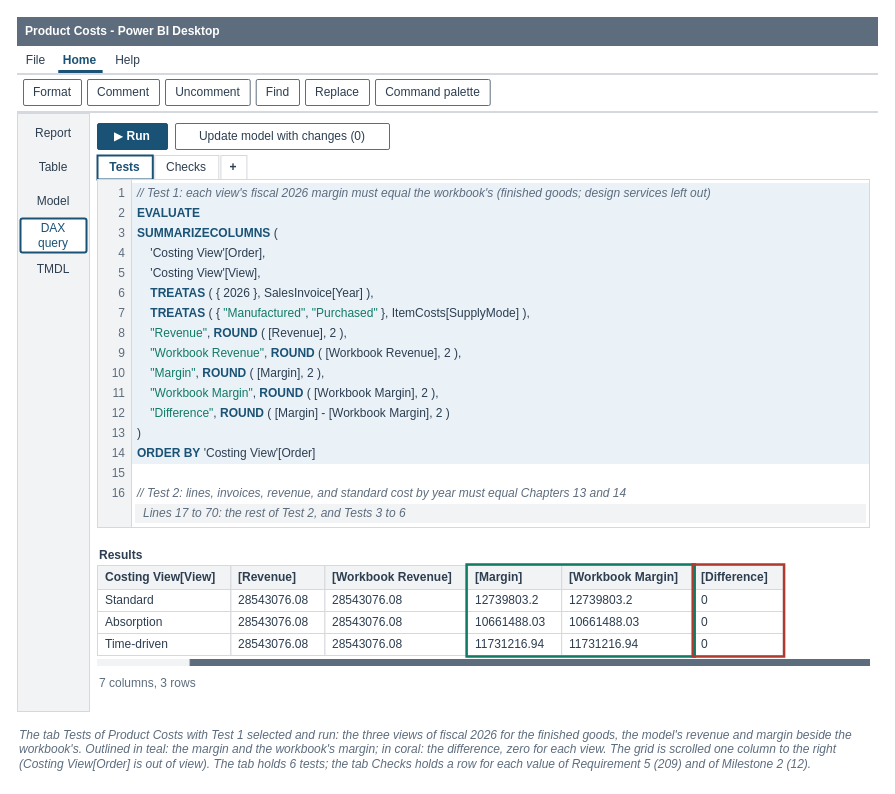
mmcodesso/Accounting_Analytics_Book keeps this draw.io diagram as facts/instructor/figures/chapter-18-make-buy-or-reprice/IF-18-5-B.drawio. Above is the earlier version. Source tidied: cells renumbered, new cells numbered last; positions are measured from the earlier drawing's top-left corner, leaving out a move shared by most shapes. Both pictures are drawn from the tidied source at 100%, with x=0, y=0 at pixel (17, 17).
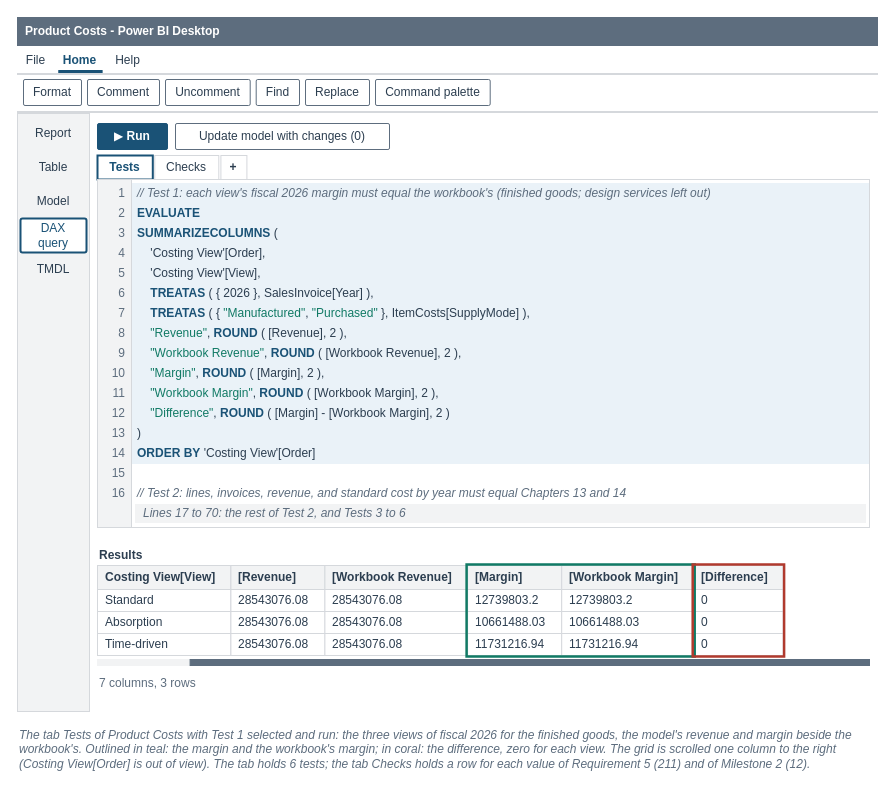
The same page after the edit.

Change to the diagram source:
```diff
@@
-    <mxCell id="91" value="&lt;i&gt;The tab Tests of Product Costs with Test 1 selected and run: the three views of fiscal 2026 for the finished goods, the model's revenue and margin beside the workbook's. Outlined in teal: the margin and the workbook's margin; in coral: the difference, zero for each view. The grid is scrolled one column to the right (Costing View[Order] is out of view). The tab holds 6 tests; the tab Checks holds a row for each value of Requirement 5 (209) and of Milestone 2 (12).&lt;/i&gt;" style="text;html=1;whiteSpace=wrap;align=left;verticalAlign=top;fontSize=12;fontColor=#5D6D7E;fontStyle=0;fontFamily=Helvetica;spacing=2;fillColor=none;strokeColor=none;" parent="1" vertex="1">
+    <mxCell id="91" value="&lt;i&gt;The tab Tests of Product Costs with Test 1 selected and run: the three views of fiscal 2026 for the finished goods, the model's revenue and margin beside the workbook's. Outlined in teal: the margin and the workbook's margin; in coral: the difference, zero for each view. The grid is scrolled one column to the right (Costing View[Order] is out of view). The tab holds 6 tests; the tab Checks holds a row for each value of Requirement 5 (211) and of Milestone 2 (12).&lt;/i&gt;" style="text;html=1;whiteSpace=wrap;align=left;verticalAlign=top;fontSize=12;fontColor=#5D6D7E;fontStyle=0;fontFamily=Helvetica;spacing=2;fillColor=none;strokeColor=none;" parent="1" vertex="1">
       <mxGeometry y="704" width="860" height="53" as="geometry" />
     </mxCell>
```
